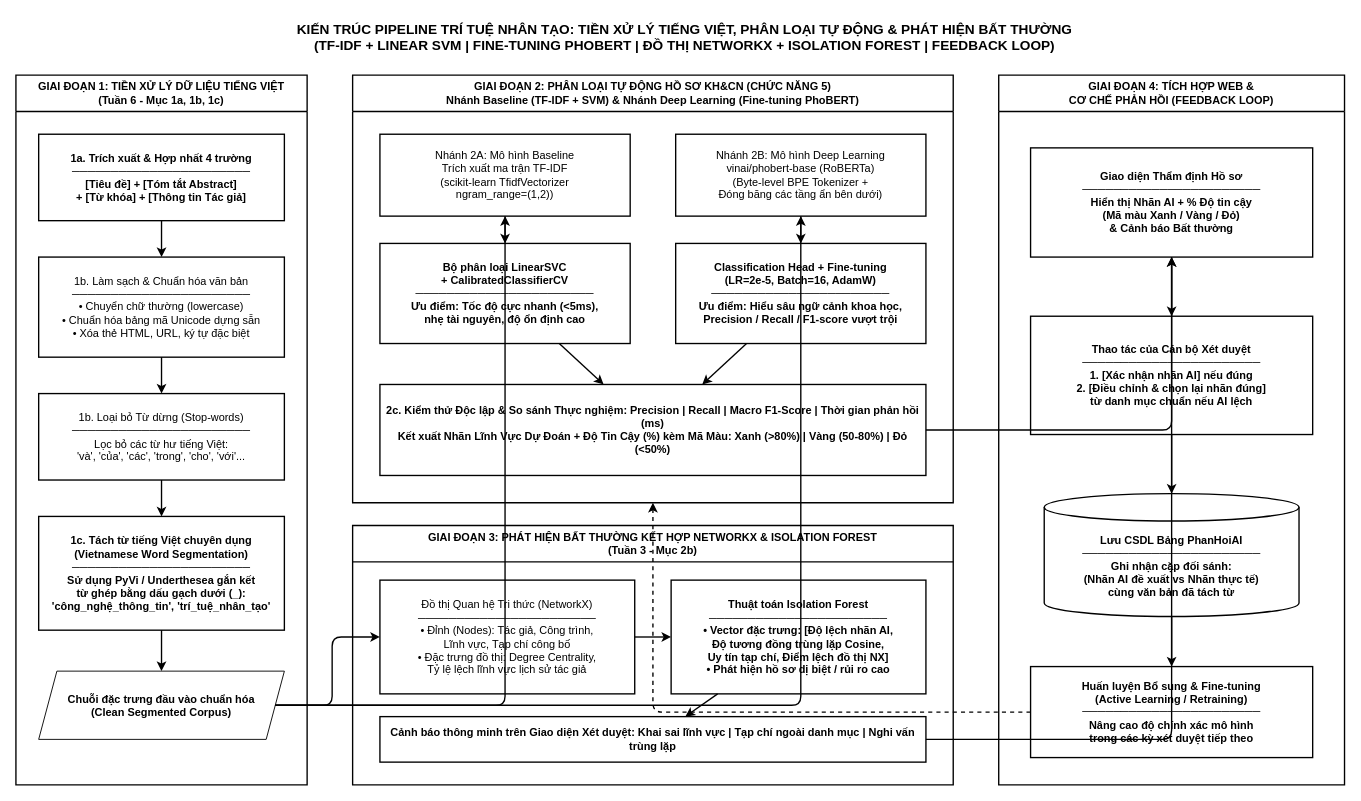
The draw.io diagram diagrams/06_KienTruc_AI_PhanLoai_Va_BatThuong.drawio in nguyenthanhphat-144/KLCN_2026, before the edit. Source tidied: cells renumbered, new cells numbered last; positions are measured from the earlier drawing's top-left corner, leaving out a move shared by most shapes. Both pictures are drawn from the tidied source at 91%, with x=0, y=0 at pixel (15, 15).
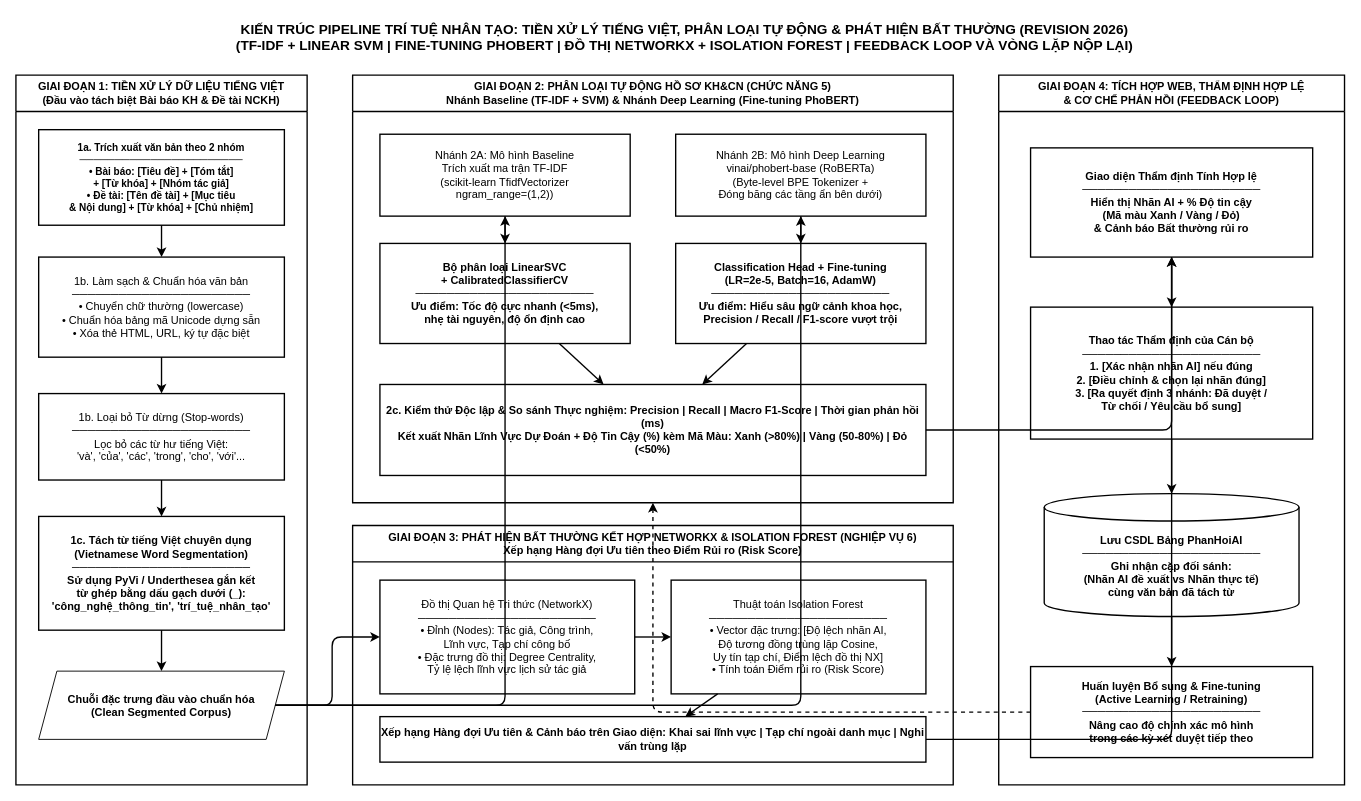
Above is the later version.

Change to the diagram source:
```diff
@@
-    <mxCell id="2" value="KIẾN TRÚC PIPELINE TRÍ TUỆ NHÂN TẠO: TIỀN XỬ LÝ TIẾNG VIỆT, PHÂN LOẠI TỰ ĐỘNG &amp; PHÁT HIỆN BẤT THƯỜNG&#10;(TF-IDF + LINEAR SVM | FINE-TUNING PHOBERT | ĐỒ THỊ NETWORKX + ISOLATION FOREST | FEEDBACK LOOP)" style="text;html=1;strokeColor=none;fillColor=none;align=center;verticalAlign=middle;whiteSpace=wrap;rounded=0;fontSize=15;fontStyle=1;fontColor=#000000;" parent="1" vertex="1">
+    <mxCell id="2" value="KIẾN TRÚC PIPELINE TRÍ TUỆ NHÂN TẠO: TIỀN XỬ LÝ TIẾNG VIỆT, PHÂN LOẠI TỰ ĐỘNG &amp; PHÁT HIỆN BẤT THƯỜNG (REVISION 2026)&#10;(TF-IDF + LINEAR SVM | FINE-TUNING PHOBERT | ĐỒ THỊ NETWORKX + ISOLATION FOREST | FEEDBACK LOOP VÀ VÒNG LẶP NỘP LẠI)" style="text;html=1;strokeColor=none;fillColor=none;align=center;verticalAlign=middle;whiteSpace=wrap;rounded=0;fontSize=15;fontStyle=1;fontColor=#000000;" parent="1" vertex="1">
       <mxGeometry x="135" width="1200" height="45" as="geometry" />
     </mxCell>
-    <mxCell id="3" value="GIAI ĐOẠN 1: TIỀN XỬ LÝ DỮ LIỆU TIẾNG VIỆT&#10;(Tuần 6 - Mục 1a, 1b, 1c)" style="swimlane;whiteSpace=wrap;html=1;startSize=40;fillColor=#FFFFFF;strokeColor=#000000;strokeWidth=1.5;fontStyle=1;fontSize=12;fontColor=#000000;" parent="1" vertex="1">
+    <mxCell id="3" value="GIAI ĐOẠN 1: TIỀN XỬ LÝ DỮ LIỆU TIẾNG VIỆT&#10;(Đầu vào tách biệt Bài báo KH &amp; Đề tài NCKH)" style="swimlane;whiteSpace=wrap;html=1;startSize=40;fillColor=#FFFFFF;strokeColor=#000000;strokeWidth=1.5;fontStyle=1;fontSize=12;fontColor=#000000;" parent="1" vertex="1">
       <mxGeometry y="65" width="320" height="780" as="geometry" />
     </mxCell>
-    <mxCell id="4" value="1a. Trích xuất &amp; Hợp nhất 4 trường&#10;───────────────────────&#10;[Tiêu đề] + [Tóm tắt Abstract]&#10;+ [Từ khóa] + [Thông tin Tác giả]" style="rounded=0;whiteSpace=wrap;html=1;fillColor=#FFFFFF;strokeColor=#000000;strokeWidth=1.5;fontSize=12;fontStyle=1;fontColor=#000000;" parent="3" vertex="1">
-      <mxGeometry x="25" y="65" width="270" height="95" as="geometry" />
+    <mxCell id="4" value="1a. Trích xuất văn bản theo 2 nhóm&#10;───────────────────────&#10;• Bài báo: [Tiêu đề] + [Tóm tắt]&#10;  + [Từ khóa] + [Nhóm tác giả]&#10;• Đề tài: [Tên đề tài] + [Mục tiêu&#10;  &amp; Nội dung] + [Từ khóa] + [Chủ nhiệm]" style="rounded=0;whiteSpace=wrap;html=1;fillColor=#FFFFFF;strokeColor=#000000;strokeWidth=1.5;fontSize=11;fontStyle=1;fontColor=#000000;" parent="3" vertex="1">
+      <mxGeometry x="25" y="60" width="270" height="105" as="geometry" />
     </mxCell>
@@
-    <mxCell id="23" value="GIAI ĐOẠN 3: PHÁT HIỆN BẤT THƯỜNG KẾT HỢP NETWORKX &amp; ISOLATION FOREST&#10;(Tuần 3 - Mục 2b)" style="swimlane;whiteSpace=wrap;html=1;startSize=40;fillColor=#FFFFFF;strokeColor=#000000;strokeWidth=1.5;fontStyle=1;fontSize=12;fontColor=#000000;" parent="1" vertex="1">
+    <mxCell id="23" value="GIAI ĐOẠN 3: PHÁT HIỆN BẤT THƯỜNG KẾT HỢP NETWORKX &amp; ISOLATION FOREST (NGHIỆP VỤ 6)&#10;Xếp hạng Hàng đợi Ưu tiên theo Điểm Rủi ro (Risk Score)" style="swimlane;whiteSpace=wrap;html=1;startSize=40;fillColor=#FFFFFF;strokeColor=#000000;strokeWidth=1.5;fontStyle=1;fontSize=12;fontColor=#000000;" parent="1" vertex="1">
       <mxGeometry x="370" y="560" width="660" height="285" as="geometry" />
     </mxCell>
@@
-    <mxCell id="25" value="Thuật toán Isolation Forest&#10;───────────────────────&#10;• Vector đặc trưng: [Độ lệch nhãn AI,&#10;  Độ tương đồng trùng lặp Cosine,&#10;  Uy tín tạp chí, Điểm lệch đồ thị NX]&#10;• Phát hiện hồ sơ dị biệt / rủi ro cao" style="rounded=0;whiteSpace=wrap;html=1;fillColor=#FFFFFF;strokeColor=#000000;strokeWidth=1.5;fontSize=12;fontStyle=1;fontColor=#000000;" parent="23" vertex="1">
+    <mxCell id="25" value="Thuật toán Isolation Forest&#10;───────────────────────&#10;• Vector đặc trưng: [Độ lệch nhãn AI,&#10;  Độ tương đồng trùng lặp Cosine,&#10;  Uy tín tạp chí, Điểm lệch đồ thị NX]&#10;• Tính toán Điểm rủi ro (Risk Score)" style="rounded=0;whiteSpace=wrap;html=1;fillColor=#FFFFFF;strokeColor=#000000;strokeWidth=1.5;fontSize=12;fontColor=#000000;" parent="23" vertex="1">
       <mxGeometry x="350" y="60" width="280" height="125" as="geometry" />
     </mxCell>
-    <mxCell id="26" value="Cảnh báo thông minh trên Giao diện Xét duyệt: Khai sai lĩnh vực | Tạp chí ngoài danh mục | Nghi vấn trùng lặp" style="rounded=0;whiteSpace=wrap;html=1;fillColor=#FFFFFF;strokeColor=#000000;strokeWidth=1.5;fontSize=12;fontStyle=1;fontColor=#000000;" parent="23" vertex="1">
+    <mxCell id="26" value="Xếp hạng Hàng đợi Ưu tiên &amp; Cảnh báo trên Giao diện: Khai sai lĩnh vực | Tạp chí ngoài danh mục | Nghi vấn trùng lặp" style="rounded=0;whiteSpace=wrap;html=1;fillColor=#FFFFFF;strokeColor=#000000;strokeWidth=1.5;fontSize=12;fontStyle=1;fontColor=#000000;" parent="23" vertex="1">
       <mxGeometry x="30" y="210" width="600" height="50" as="geometry" />
     </mxCell>
@@
-    <mxCell id="29" value="GIAI ĐOẠN 4: TÍCH HỢP WEB &amp;&#10;CƠ CHẾ PHẢN HỒI (FEEDBACK LOOP)" style="swimlane;whiteSpace=wrap;html=1;startSize=40;fillColor=#FFFFFF;strokeColor=#000000;strokeWidth=1.5;fontStyle=1;fontSize=12;fontColor=#000000;" parent="1" vertex="1">
+    <mxCell id="29" value="GIAI ĐOẠN 4: TÍCH HỢP WEB, THẨM ĐỊNH HỢP LỆ&#10;&amp; CƠ CHẾ PHẢN HỒI (FEEDBACK LOOP)" style="swimlane;whiteSpace=wrap;html=1;startSize=40;fillColor=#FFFFFF;strokeColor=#000000;strokeWidth=1.5;fontStyle=1;fontSize=12;fontColor=#000000;" parent="1" vertex="1">
       <mxGeometry x="1080" y="65" width="380" height="780" as="geometry" />
     </mxCell>
-    <mxCell id="30" value="Giao diện Thẩm định Hồ sơ&#10;───────────────────────&#10;Hiển thị Nhãn AI + % Độ tin cậy&#10;(Mã màu Xanh / Vàng / Đỏ)&#10;&amp; Cảnh báo Bất thường" style="rounded=0;whiteSpace=wrap;html=1;fillColor=#FFFFFF;strokeColor=#000000;strokeWidth=1.5;fontSize=12;fontStyle=1;fontColor=#000000;" parent="29" vertex="1">
+    <mxCell id="30" value="Giao diện Thẩm định Tính Hợp lệ&#10;───────────────────────&#10;Hiển thị Nhãn AI + % Độ tin cậy&#10;(Mã màu Xanh / Vàng / Đỏ)&#10;&amp; Cảnh báo Bất thường rủi ro" style="rounded=0;whiteSpace=wrap;html=1;fillColor=#FFFFFF;strokeColor=#000000;strokeWidth=1.5;fontSize=12;fontStyle=1;fontColor=#000000;" parent="29" vertex="1">
       <mxGeometry x="35" y="80" width="310" height="120" as="geometry" />
     </mxCell>
-    <mxCell id="31" value="Thao tác của Cán bộ Xét duyệt&#10;───────────────────────&#10;1. [Xác nhận nhãn AI] nếu đúng&#10;2. [Điều chỉnh &amp; chọn lại nhãn đúng]&#10;   từ danh mục chuẩn nếu AI lệch" style="rounded=0;whiteSpace=wrap;html=1;fillColor=#FFFFFF;strokeColor=#000000;strokeWidth=1.5;fontSize=12;fontStyle=1;fontColor=#000000;" parent="29" vertex="1">
-      <mxGeometry x="35" y="265" width="310" height="130" as="geometry" />
+    <mxCell id="31" value="Thao tác Thẩm định của Cán bộ&#10;───────────────────────&#10;1. [Xác nhận nhãn AI] nếu đúng&#10;2. [Điều chỉnh &amp; chọn lại nhãn đúng]&#10;3. [Ra quyết định 3 nhánh: Đã duyệt /&#10;    Từ chối / Yêu cầu bổ sung]" style="rounded=0;whiteSpace=wrap;html=1;fillColor=#FFFFFF;strokeColor=#000000;strokeWidth=1.5;fontSize=12;fontStyle=1;fontColor=#000000;" parent="29" vertex="1">
+      <mxGeometry x="35" y="255" width="310" height="145" as="geometry" />
     </mxCell>
```
